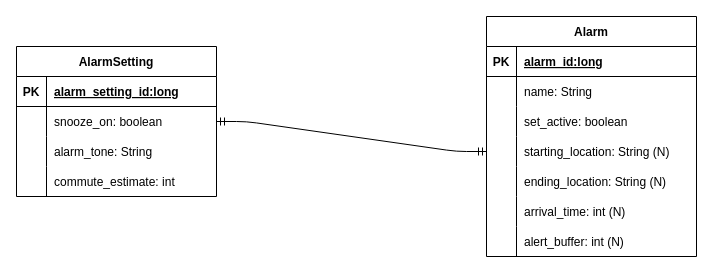
This is docs/true-alarm-erd.drawio from pcutter1/true-alarm, a draw.io file, before an edit. Source tidied: cells renumbered, new cells numbered last; positions are measured from the earlier drawing's top-left corner, leaving out a move shared by most shapes. Both pictures are drawn from the tidied source at 100%, with x=0, y=0 at pixel (16, 16).
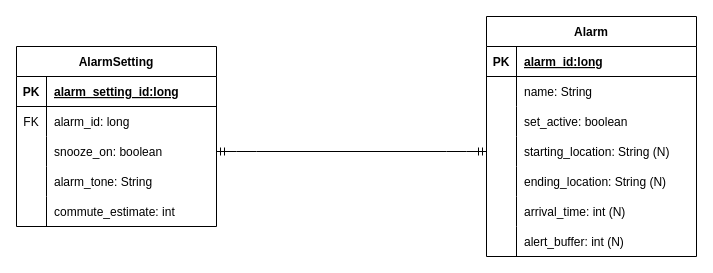
The same page after the edit.

Commit message (it also covers changes not shown here):
Added Alarm and AlarmSetting entity classes

Change to the diagram source:
```diff
@@
     <mxCell id="25" value="AlarmSetting" style="shape=table;startSize=30;childLayout=tableLayout;rowLines=0;fontStyle=1;align=center;" parent="1" vertex="1">
-      <mxGeometry y="30" width="200" height="150" as="geometry" />
+      <mxGeometry y="30" width="200" height="180" as="geometry" />
     </mxCell>
@@
+    <mxCell id="38" style="shape=partialRectangle;fillColor=none;top=0;left=0;bottom=0;right=0;" parent="25" vertex="1">
+      <mxGeometry y="60" width="200" height="30" as="geometry" />
+    </mxCell>
+    <mxCell id="39" value="FK" style="shape=partialRectangle;fillColor=none;top=0;left=0;bottom=0;right=0;overflow=hidden;" parent="38" vertex="1">
+      <mxGeometry width="30" height="30" as="geometry" />
+    </mxCell>
+    <mxCell id="40" value="alarm_id: long" style="shape=partialRectangle;fillColor=none;top=0;left=0;bottom=0;right=0;align=left;spacingLeft=6;overflow=hidden;" parent="38" vertex="1">
+      <mxGeometry x="30" width="170" height="30" as="geometry" />
+    </mxCell>
     <mxCell id="29" style="shape=partialRectangle;fillColor=none;top=0;left=0;bottom=0;right=0;points=[[0,0.5],[1,0.5]];portConstraint=eastwest;" parent="25" vertex="1">
-      <mxGeometry y="60" width="200" height="30" as="geometry" />
+      <mxGeometry y="90" width="200" height="30" as="geometry" />
     </mxCell>
@@
     <mxCell id="32" style="shape=partialRectangle;fillColor=none;top=0;left=0;bottom=0;right=0;" parent="25" vertex="1">
-      <mxGeometry y="90" width="200" height="30" as="geometry" />
+      <mxGeometry y="120" width="200" height="30" as="geometry" />
     </mxCell>
@@
     <mxCell id="35" style="shape=partialRectangle;fillColor=none;top=0;left=0;bottom=0;right=0;" parent="25" vertex="1">
-      <mxGeometry y="120" width="200" height="30" as="geometry" />
+      <mxGeometry y="150" width="200" height="30" as="geometry" />
     </mxCell>
```
